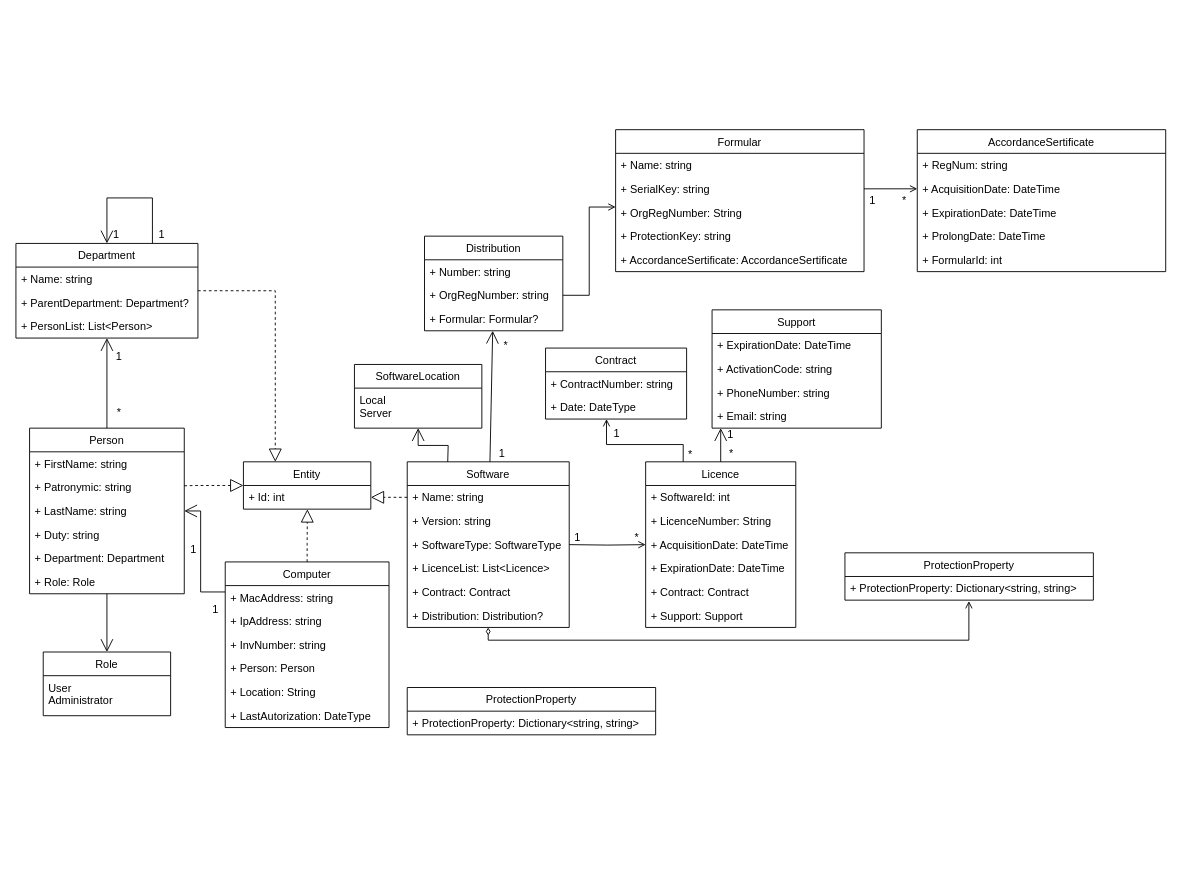
Before: Untitled Diagram.drawio in RiotRebellion/SignatureRegistry, a draw.io diagram. Source tidied: cells renumbered, new cells numbered last; positions are measured from the earlier drawing's top-left corner, leaving out a move shared by most shapes. Both pictures are drawn from the tidied source at 91%, with x=0, y=0 at pixel (15, 129).
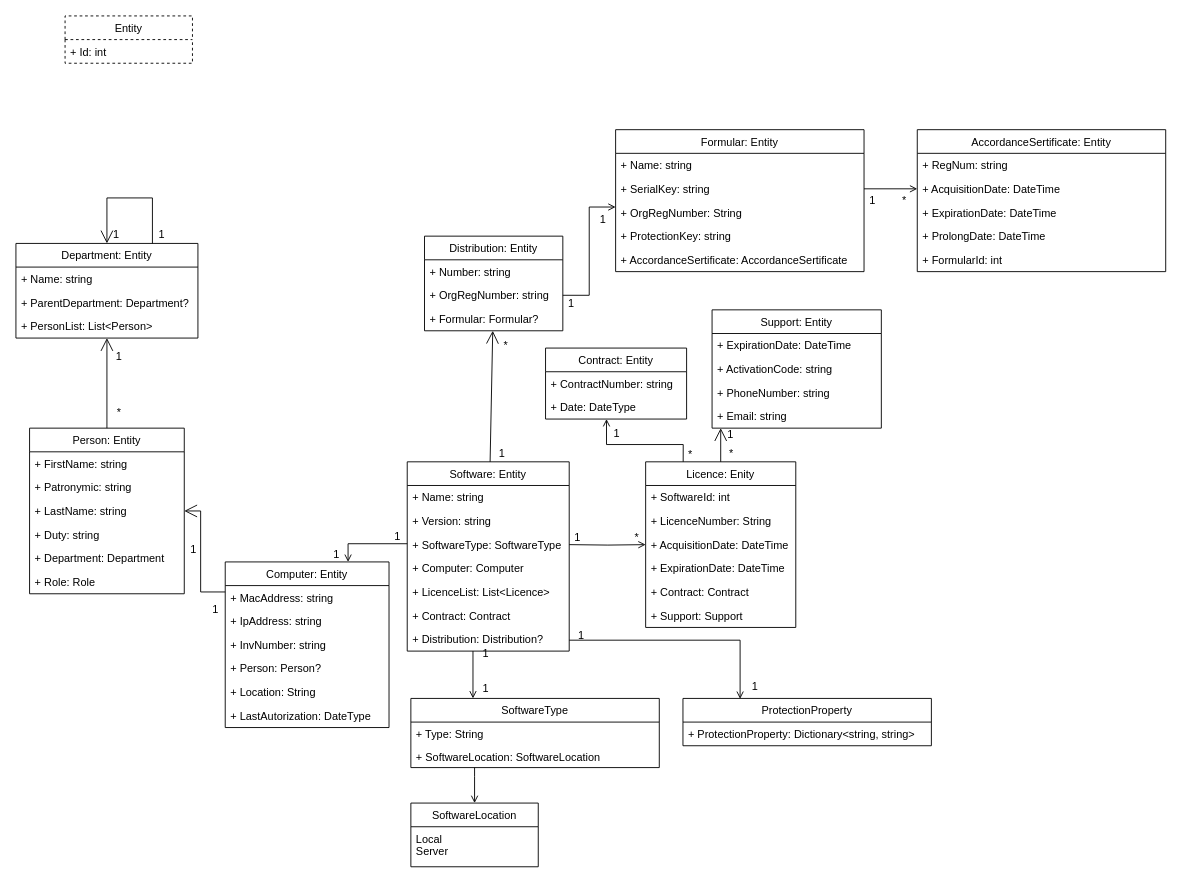
The same diagram, later.

Unchanged cells that the change refers to:
```xml
<mxCell id="3" value="+ Id: int" style="text;strokeColor=none;fillColor=none;align=left;verticalAlign=top;spacingLeft=4;spacingRight=4;overflow=hidden;points=[[0,0.5],[1,0.5]];portConstraint=eastwest;" parent="2" vertex="1">
  <mxGeometry y="26" width="140" height="26" as="geometry" />
</mxCell>
<mxCell id="6" value="+ Patronymic: string" style="text;strokeColor=none;fillColor=none;align=left;verticalAlign=top;spacingLeft=4;spacingRight=4;overflow=hidden;points=[[0,0.5],[1,0.5]];portConstraint=eastwest;" parent="4" vertex="1">
  <mxGeometry y="52" width="170" height="26" as="geometry" />
</mxCell>
<mxCell id="10" value="+ Role: Role" style="text;strokeColor=none;fillColor=none;align=left;verticalAlign=top;spacingLeft=4;spacingRight=4;overflow=hidden;points=[[0,0.5],[1,0.5]];portConstraint=eastwest;" parent="4" vertex="1">
  <mxGeometry y="156" width="170" height="26" as="geometry" />
</mxCell>
<mxCell id="40" value="+ Name: string    " style="text;strokeColor=none;fillColor=none;align=left;verticalAlign=middle;spacingLeft=4;spacingRight=4;overflow=hidden;points=[[0,0.5],[1,0.5]];portConstraint=eastwest;" parent="39" vertex="1">
  <mxGeometry y="26" width="178" height="26" as="geometry" />
</mxCell>
<mxCell id="75" value="Local&#10;Server" style="text;strokeColor=none;fillColor=none;align=left;verticalAlign=top;spacingLeft=4;spacingRight=4;overflow=hidden;points=[[0,0.5],[1,0.5]];portConstraint=eastwest;" parent="74" vertex="1">
  <mxGeometry y="26" width="140" height="44" as="geometry" />
</mxCell>
```

Change to the diagram source:
```diff
@@
-    <mxCell id="2" value="Entity" style="swimlane;fontStyle=0;horizontal=1;startSize=26;fillColor=none;" parent="1" vertex="1">
-      <mxGeometry x="250" y="365" width="140" height="52" as="geometry" />
+    <mxCell id="2" value="Entity" style="swimlane;fontStyle=0;horizontal=1;startSize=26;fillColor=none;dashed=1;" parent="1" vertex="1">
+      <mxGeometry x="54" y="-125" width="140" height="52" as="geometry" />
     </mxCell>
@@
-    <mxCell id="4" value="Person" style="swimlane;fontStyle=0;horizontal=1;startSize=26;fillColor=none;" parent="1" vertex="1">
+    <mxCell id="4" value="Person: Entity" style="swimlane;fontStyle=0;horizontal=1;startSize=26;fillColor=none;" parent="1" vertex="1">
       <mxGeometry x="15" y="328" width="170" height="182" as="geometry" />
     </mxCell>
@@
-    <mxCell id="11" style="endArrow=block;dashed=1;endFill=0;endSize=12;html=1;rounded=0;" parent="1" edge="1" source="6" target="2">
-      <mxGeometry relative="1" as="geometry">
-        <Array as="points">
-          <mxPoint x="200" y="391" />
-          <mxPoint x="220" y="391" />
-        </Array>
-      </mxGeometry>
-    </mxCell>
-    <mxCell id="12" value="Role" style="swimlane;fontStyle=0;horizontal=1;startSize=26;fillColor=none;" parent="1" vertex="1">
-      <mxGeometry x="30" y="574" width="140" height="70" as="geometry" />
-    </mxCell>
-    <mxCell id="13" value="User&#10;Administrator" style="text;strokeColor=none;fillColor=none;align=left;verticalAlign=top;spacingLeft=4;spacingRight=4;overflow=hidden;" parent="12" vertex="1">
-      <mxGeometry y="26" width="140" height="44" as="geometry" />
-    </mxCell>
-    <mxCell id="14" style="endArrow=open;endFill=1;endSize=12;html=1;rounded=0;entryX=0.5;entryY=0;entryDx=0;entryDy=0;" parent="1" edge="1" source="10" target="12">
-      <mxGeometry relative="1" as="geometry" />
-    </mxCell>
-    <mxCell id="15" value="Computer" style="swimlane;fontStyle=0;horizontal=1;startSize=26;fillColor=none;" parent="1" vertex="1">
+    <mxCell id="15" value="Computer: Entity" style="swimlane;fontStyle=0;horizontal=1;startSize=26;fillColor=none;" parent="1" vertex="1">
       <mxGeometry x="230" y="475" width="180" height="182" as="geometry" />
     </mxCell>
@@
-    <mxCell id="19" value="+ Person: Person" style="text;strokeColor=none;fillColor=none;align=left;verticalAlign=top;spacingLeft=4;spacingRight=4;overflow=hidden;" parent="15" vertex="1">
+    <mxCell id="19" value="+ Person: Person?" style="text;strokeColor=none;fillColor=none;align=left;verticalAlign=top;spacingLeft=4;spacingRight=4;overflow=hidden;" parent="15" vertex="1">
       <mxGeometry y="104" width="180" height="26" as="geometry" />
     </mxCell>
@@
-    <mxCell id="22" value="Department" style="swimlane;fontStyle=0;horizontal=1;startSize=26;fillColor=none;" parent="1" vertex="1">
+    <mxCell id="22" value="Department: Entity" style="swimlane;fontStyle=0;horizontal=1;startSize=26;fillColor=none;" parent="1" vertex="1">
       <mxGeometry y="125" width="200" height="104" as="geometry" />
     </mxCell>
@@
-    <mxCell id="26" style="endArrow=block;dashed=1;endFill=0;endSize=12;html=1;rounded=0;entryX=0.25;entryY=0;entryDx=0;entryDy=0;" parent="1" edge="1" source="22" target="2">
-      <mxGeometry relative="1" as="geometry">
-        <Array as="points">
-          <mxPoint x="285" y="177" />
-          <mxPoint x="285" y="248" />
-        </Array>
-      </mxGeometry>
-    </mxCell>
@@
-    <mxCell id="31" style="endArrow=block;dashed=1;endFill=0;endSize=12;html=1;rounded=0;exitX=0.5;exitY=0;exitDx=0;exitDy=0;entryX=0.502;entryY=1.006;entryDx=0;entryDy=0;entryPerimeter=0;" parent="1" edge="1" source="15" target="3">
-      <mxGeometry relative="1" as="geometry">
-        <Array as="points">
-          <mxPoint x="320" y="455" />
-        </Array>
-      </mxGeometry>
-    </mxCell>
@@
+    <mxCell id="104" style="edgeStyle=orthogonalEdgeStyle;rounded=0;jettySize=auto;html=1;entryX=0.25;entryY=0;entryDx=0;entryDy=0;startArrow=none;startFill=0;endArrow=open;endFill=0;" parent="1" edge="1" source="39" target="107">
+      <mxGeometry relative="1" as="geometry">
+        <Array as="points">
+          <mxPoint x="502" y="569" />
+          <mxPoint x="502" y="569" />
+        </Array>
+      </mxGeometry>
+    </mxCell>
+    <mxCell id="105" style="edgeStyle=orthogonalEdgeStyle;rounded=0;jettySize=auto;html=1;entryX=0.75;entryY=0;entryDx=0;entryDy=0;startArrow=none;startFill=0;endArrow=open;endFill=0;" parent="1" edge="1" source="39" target="15">
+      <mxGeometry relative="1" as="geometry">
+        <Array as="points">
+          <mxPoint x="365" y="455" />
+        </Array>
+      </mxGeometry>
+    </mxCell>
-    <mxCell id="39" value="Software" style="swimlane;fontStyle=0;horizontal=1;startSize=26;fillColor=none;" parent="1" vertex="1">
-      <mxGeometry x="430" y="365" width="178" height="182" as="geometry" />
+    <mxCell id="39" value="Software: Entity" style="swimlane;fontStyle=0;horizontal=1;startSize=26;fillColor=none;" parent="1" vertex="1">
+      <mxGeometry x="430" y="365" width="178" height="208" as="geometry" />
     </mxCell>
@@
+    <mxCell id="106" value="+ Computer: Computer" style="text;strokeColor=none;fillColor=none;align=left;verticalAlign=middle;spacingLeft=4;spacingRight=4;overflow=hidden;" parent="39" vertex="1">
+      <mxGeometry y="104" width="178" height="26" as="geometry" />
+    </mxCell>
     <mxCell id="43" value="+ LicenceList: List&lt;Licence&gt; " style="text;strokeColor=none;fillColor=none;align=left;verticalAlign=middle;spacingLeft=4;spacingRight=4;overflow=hidden;" parent="39" vertex="1">
-      <mxGeometry y="104" width="178" height="26" as="geometry" />
+      <mxGeometry y="130" width="178" height="26" as="geometry" />
     </mxCell>
     <mxCell id="44" value="+ Contract: Contract" style="text;strokeColor=none;fillColor=none;align=left;verticalAlign=middle;spacingLeft=4;spacingRight=4;overflow=hidden;" parent="39" vertex="1">
-      <mxGeometry y="130" width="178" height="26" as="geometry" />
+      <mxGeometry y="156" width="178" height="26" as="geometry" />
     </mxCell>
     <mxCell id="45" value="+ Distribution: Distribution?" style="text;strokeColor=none;fillColor=none;align=left;verticalAlign=middle;spacingLeft=4;spacingRight=4;overflow=hidden;points=[[0,0.5],[1,0.5]];portConstraint=eastwest;" parent="39" vertex="1">
-      <mxGeometry y="156" width="178" height="26" as="geometry" />
+      <mxGeometry y="182" width="178" height="26" as="geometry" />
     </mxCell>
-    <mxCell id="46" style="endArrow=block;dashed=1;endFill=0;endSize=12;html=1;rounded=0;exitX=0;exitY=0.5;exitDx=0;exitDy=0;entryX=1;entryY=0.5;entryDx=0;entryDy=0;" parent="1" edge="1" source="40" target="3">
-      <mxGeometry relative="1" as="geometry">
-        <Array as="points">
-          <mxPoint x="420" y="404" />
-        </Array>
-      </mxGeometry>
-    </mxCell>
-    <mxCell id="47" value="Contract" style="swimlane;fontStyle=0;horizontal=1;startSize=26;fillColor=none;" parent="1" vertex="1">
+    <mxCell id="47" value="Contract: Entity" style="swimlane;fontStyle=0;horizontal=1;startSize=26;fillColor=none;" parent="1" vertex="1">
       <mxGeometry x="582" y="240" width="155" height="78" as="geometry" />
     </mxCell>
@@
-    <mxCell id="51" value="Support" style="swimlane;fontStyle=0;horizontal=1;startSize=26;fillColor=none;" parent="1" vertex="1">
+    <mxCell id="51" value="Support: Entity" style="swimlane;fontStyle=0;horizontal=1;startSize=26;fillColor=none;" parent="1" vertex="1">
       <mxGeometry x="765" y="198" width="186" height="130" as="geometry" />
     </mxCell>
@@
-    <mxCell id="56" value="Distribution" style="swimlane;fontStyle=0;horizontal=1;startSize=26;fillColor=none;" parent="1" vertex="1">
+    <mxCell id="56" value="Distribution: Entity" style="swimlane;fontStyle=0;horizontal=1;startSize=26;fillColor=none;" parent="1" vertex="1">
       <mxGeometry x="449" y="117" width="152" height="104" as="geometry" />
     </mxCell>
@@
-    <mxCell id="60" value="Formular" style="swimlane;fontStyle=0;horizontal=1;startSize=26;fillColor=none;" parent="1" vertex="1">
+    <mxCell id="60" value="Formular: Entity" style="swimlane;fontStyle=0;horizontal=1;startSize=26;fillColor=none;" parent="1" vertex="1">
       <mxGeometry x="659" width="273" height="156" as="geometry" />
     </mxCell>
@@
-    <mxCell id="67" value="Licence" style="swimlane;fontStyle=0;horizontal=1;startSize=26;fillColor=none;" parent="1" vertex="1">
+    <mxCell id="67" value="Licence: Enity" style="swimlane;fontStyle=0;horizontal=1;startSize=26;fillColor=none;" parent="1" vertex="1">
       <mxGeometry x="692" y="365" width="165" height="182" as="geometry" />
     </mxCell>
@@
     <mxCell id="74" value="SoftwareLocation" style="swimlane;fontStyle=0;horizontal=1;startSize=26;fillColor=none;" parent="1" vertex="1">
-      <mxGeometry x="372" y="258" width="140" height="70" as="geometry" />
+      <mxGeometry x="434" y="740" width="140" height="70" as="geometry" />
     </mxCell>
@@
-    <mxCell id="76" style="endArrow=open;endFill=1;endSize=12;html=1;rounded=0;exitX=0.25;exitY=0;exitDx=0;exitDy=0;" parent="1" edge="1" source="39" target="75">
-      <mxGeometry relative="1" as="geometry">
-        <Array as="points">
-          <mxPoint x="475" y="347" />
-          <mxPoint x="442" y="347" />
-        </Array>
-      </mxGeometry>
-    </mxCell>
@@
-    <mxCell id="93" value="AccordanceSertificate" style="swimlane;fontStyle=0;horizontal=1;startSize=26;fillColor=none;" parent="1" vertex="1">
+    <mxCell id="93" value="AccordanceSertificate: Entity" style="swimlane;fontStyle=0;horizontal=1;startSize=26;fillColor=none;" parent="1" vertex="1">
       <mxGeometry x="990.5" width="273" height="156" as="geometry" />
     </mxCell>
@@
-    <mxCell id="99" value="ProtectionProperty" style="swimlane;fontStyle=0;horizontal=1;startSize=26;fillColor=none;" parent="1" vertex="1">
-      <mxGeometry x="911" y="465" width="273" height="52" as="geometry" />
-    </mxCell>
-    <mxCell id="100" value="+ ProtectionProperty: Dictionary&lt;string, string&gt;" style="text;strokeColor=none;fillColor=none;align=left;verticalAlign=top;spacingLeft=4;spacingRight=4;overflow=hidden;points=[[0,0.5],[1,0.5]];portConstraint=eastwest;" parent="99" vertex="1">
-      <mxGeometry y="26" width="273" height="26" as="geometry" />
-    </mxCell>
-    <mxCell id="101" style="edgeStyle=orthogonalEdgeStyle;rounded=0;jettySize=auto;html=1;entryX=0.499;entryY=1.038;entryDx=0;entryDy=0;entryPerimeter=0;endArrow=open;endFill=0;startArrow=diamondThin;startFill=0;" parent="1" edge="1" source="45" target="100">
+    <mxCell id="101" style="edgeStyle=orthogonalEdgeStyle;rounded=0;jettySize=auto;html=1;entryX=0.23;entryY=0.01;entryDx=0;entryDy=0;endArrow=open;endFill=0;startArrow=none;startFill=0;entryPerimeter=0;" parent="1" edge="1" source="45" target="102">
       <mxGeometry relative="1" as="geometry">
         <Array as="points">
           <mxPoint x="519" y="561" />
-          <mxPoint x="1047" y="561" />
+          <mxPoint x="795" y="561" />
+          <mxPoint x="795" y="626" />
         </Array>
       </mxGeometry>
     </mxCell>
     <mxCell id="102" value="ProtectionProperty" style="swimlane;fontStyle=0;horizontal=1;startSize=26;fillColor=none;" parent="1" vertex="1">
-      <mxGeometry x="430" y="613" width="273" height="52" as="geometry" />
+      <mxGeometry x="733" y="625" width="273" height="52" as="geometry" />
     </mxCell>
@@
+    <mxCell id="107" value="SoftwareType" style="swimlane;fontStyle=0;horizontal=1;startSize=26;fillColor=none;" parent="1" vertex="1">
+      <mxGeometry x="434" y="625" width="273" height="76" as="geometry" />
+    </mxCell>
+    <mxCell id="108" value="+ Type: String" style="text;strokeColor=none;fillColor=none;align=left;verticalAlign=top;spacingLeft=4;spacingRight=4;overflow=hidden;" parent="107" vertex="1">
+      <mxGeometry y="26" width="273" height="25" as="geometry" />
+    </mxCell>
+    <mxCell id="109" value="+ SoftwareLocation: SoftwareLocation" style="text;strokeColor=none;fillColor=none;align=left;verticalAlign=top;spacingLeft=4;spacingRight=4;overflow=hidden;" parent="107" vertex="1">
+      <mxGeometry y="51" width="273" height="25" as="geometry" />
+    </mxCell>
+    <mxCell id="110" style="edgeStyle=orthogonalEdgeStyle;rounded=0;jettySize=auto;html=1;entryX=0.5;entryY=0;entryDx=0;entryDy=0;startArrow=none;startFill=0;endArrow=open;endFill=0;" parent="1" edge="1" source="107" target="74">
+      <mxGeometry relative="1" as="geometry">
+        <Array as="points">
+          <mxPoint x="504" y="711" />
+          <mxPoint x="504" y="711" />
+        </Array>
+      </mxGeometry>
+    </mxCell>
+    <mxCell id="111" value="1" style="text;html=1;align=center;verticalAlign=middle;strokeColor=none;fillColor=none;" parent="1" vertex="1">
+      <mxGeometry x="507" y="605" width="17" height="18" as="geometry" />
+    </mxCell>
+    <mxCell id="112" value="1" style="text;html=1;align=center;verticalAlign=middle;strokeColor=none;fillColor=none;" parent="1" vertex="1">
+      <mxGeometry x="507" y="567" width="17" height="18" as="geometry" />
+    </mxCell>
+    <mxCell id="113" value="1" style="text;html=1;align=center;verticalAlign=middle;strokeColor=none;fillColor=none;" parent="1" vertex="1">
+      <mxGeometry x="803" y="603" width="17" height="18" as="geometry" />
+    </mxCell>
+    <mxCell id="114" value="1" style="text;html=1;align=center;verticalAlign=middle;strokeColor=none;fillColor=none;" parent="1" vertex="1">
+      <mxGeometry x="612" y="547" width="17" height="18" as="geometry" />
+    </mxCell>
+    <mxCell id="115" value="1" style="text;html=1;align=center;verticalAlign=middle;strokeColor=none;fillColor=none;" parent="1" vertex="1">
+      <mxGeometry x="410" y="438" width="17" height="18" as="geometry" />
+    </mxCell>
+    <mxCell id="116" value="1" style="text;html=1;align=center;verticalAlign=middle;strokeColor=none;fillColor=none;" parent="1" vertex="1">
+      <mxGeometry x="343" y="458" width="17" height="18" as="geometry" />
+    </mxCell>
+    <mxCell id="117" value="1" style="text;html=1;align=center;verticalAlign=middle;strokeColor=none;fillColor=none;" parent="1" vertex="1">
+      <mxGeometry x="601" y="182" width="17" height="18" as="geometry" />
+    </mxCell>
+    <mxCell id="118" value="1" style="text;html=1;align=center;verticalAlign=middle;strokeColor=none;fillColor=none;" parent="1" vertex="1">
+      <mxGeometry x="636" y="90" width="17" height="18" as="geometry" />
+    </mxCell>
```
